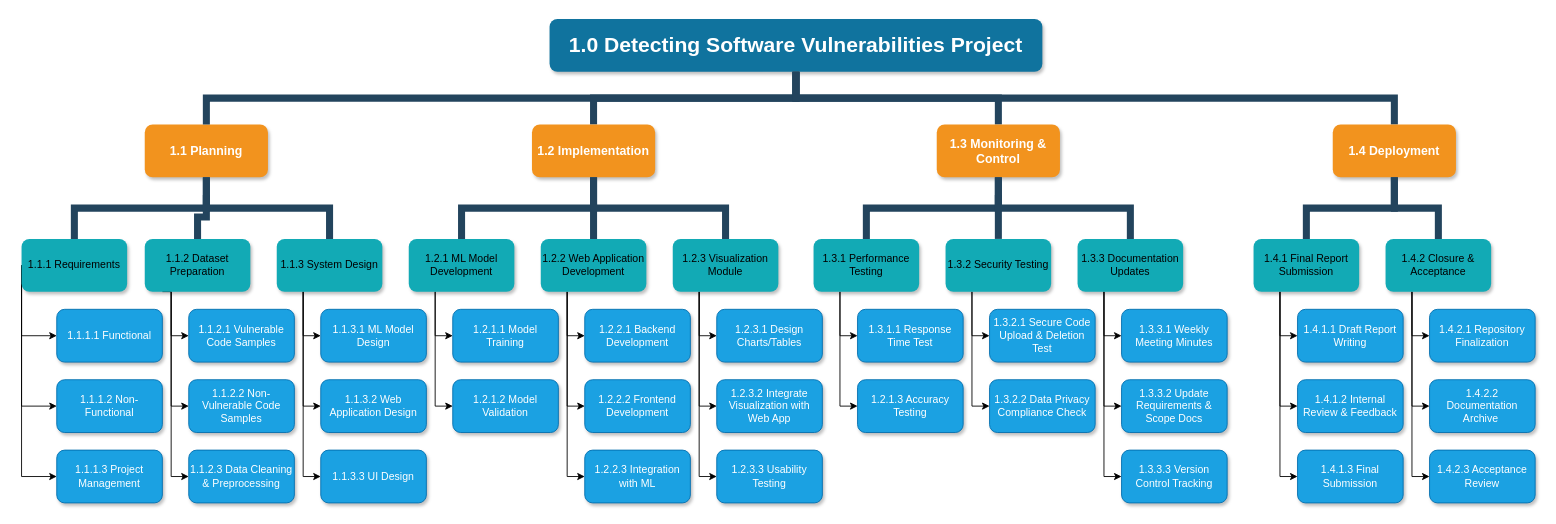
The draw.io diagram WBS.drawio in 104838522/2025-HS2-COS30049-CTIP-Session12-Group8, before the edit. Source tidied: cells renumbered, new cells numbered last; positions are measured from the earlier drawing's top-left corner, leaving out a move shared by most shapes. Both pictures are drawn from the tidied source at 88%, with x=0, y=0 at pixel (21, 18).
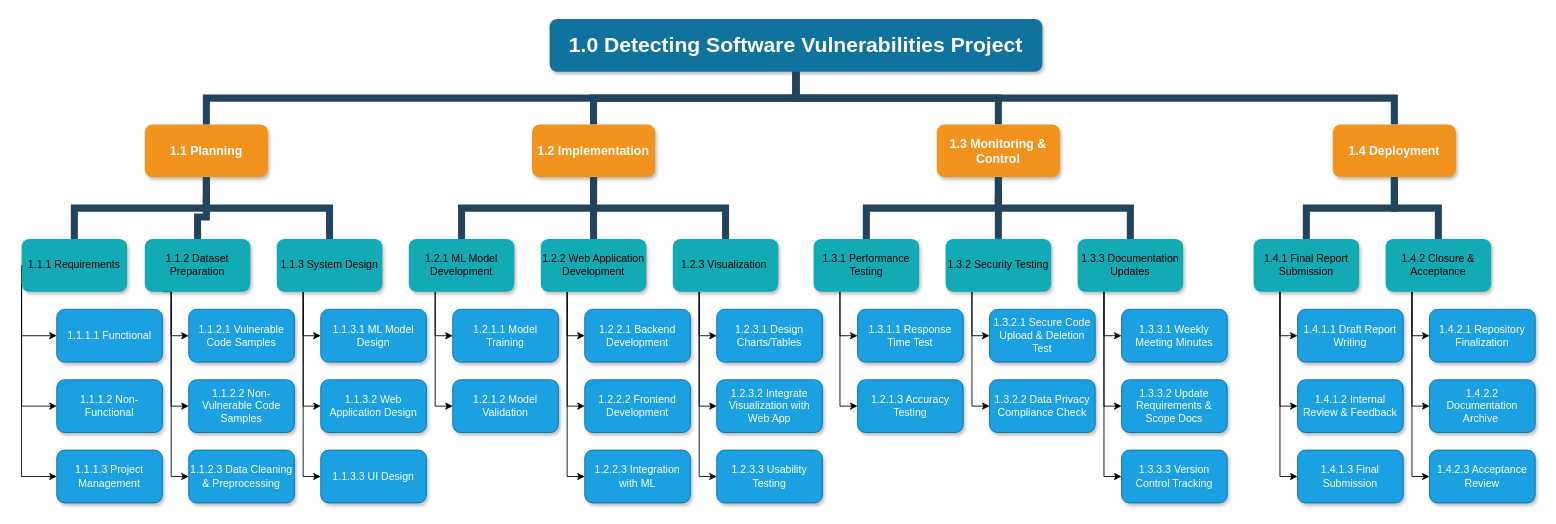
After the change.

What changed in the source:
```diff
@@
-    <mxCell id="27" value="1.2.3 Visualization Module" style="whiteSpace=wrap;rounded=1;fillColor=#12AAB5;strokeColor=none;shadow=1;fontColor=light-dark(#000000,#000000);" parent="1" vertex="1">
+    <mxCell id="27" value="1.2.3 Visualization " style="whiteSpace=wrap;rounded=1;fillColor=#12AAB5;strokeColor=none;shadow=1;fontColor=light-dark(#000000,#000000);" parent="1" vertex="1">
       <mxGeometry x="740" y="250" width="120" height="60" as="geometry" />
     </mxCell>
```
